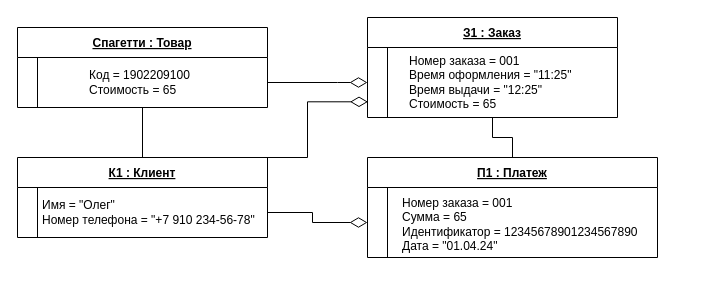
Ksenix-CopLLeRe/preparation keeps this draw.io diagram as Диаграмма без названия.drawio. Above is the earlier version. Source tidied: cells renumbered, new cells numbered last; positions are measured from the earlier drawing's top-left corner, leaving out a move shared by most shapes. Both pictures are drawn from the tidied source at 100%, with x=0, y=0 at pixel (17, 17).
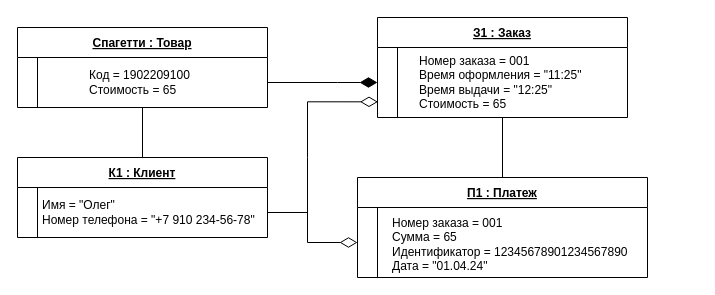
After the change.

The change refers to these unchanged cells:
```xml
<mxCell id="3" value="К1 : Клиент" style="shape=table;startSize=30;childLayout=tableLayout;rowLines=0;fontStyle=5;align=center;" parent="2" vertex="1">
  <mxGeometry width="250" height="80" as="geometry" />
</mxCell>
<mxCell id="10" style="shape=partialRectangle;fillColor=none;points=[[0,0.5],[1,0.5]];portConstraint=eastwest;top=0;left=0;right=0;bottom=0;" parent="9" vertex="1">
  <mxGeometry y="30" width="250" height="70" as="geometry" />
</mxCell>
<mxCell id="16" style="shape=partialRectangle;fillColor=none;points=[[0,0.5],[1,0.5]];portConstraint=eastwest;top=0;left=0;right=0;bottom=0;" parent="15" vertex="1">
  <mxGeometry y="30" width="250" height="50" as="geometry" />
</mxCell>
```

The edit, as a diff of the source:
```diff
@@
     <mxCell id="8" style="group;" parent="1" vertex="1">
-      <mxGeometry x="350" width="250" height="100" as="geometry" />
+      <mxGeometry x="360" width="250" height="100" as="geometry" />
     </mxCell>
@@
     <mxCell id="20" style="group;" parent="1" vertex="1">
-      <mxGeometry x="350" y="140" width="330" height="100" as="geometry" />
+      <mxGeometry x="340" y="160" width="330" height="100" as="geometry" />
     </mxCell>
@@
-    <mxCell id="26" style="edgeStyle=orthogonalEdgeStyle;rounded=0;jettySize=auto;html=1;startArrow=none;startFill=0;endArrow=diamondThin;endFill=0;endSize=15;" parent="1" edge="1" source="16" target="10">
+    <mxCell id="26" style="edgeStyle=orthogonalEdgeStyle;rounded=0;jettySize=auto;html=1;startArrow=none;startFill=0;endArrow=diamondThin;endFill=1;endSize=15;" parent="1" edge="1" source="16" target="10">
       <mxGeometry relative="1" as="geometry">
         <Array as="points">
           <mxPoint x="320" y="65" />
           <mxPoint x="320" y="65" />
         </Array>
       </mxGeometry>
     </mxCell>
@@
-    <mxCell id="30" style="edgeStyle=orthogonalEdgeStyle;rounded=0;jettySize=auto;html=1;entryX=0.002;entryY=0.776;entryDx=0;entryDy=0;entryPerimeter=0;endArrow=diamondThin;endFill=0;endSize=15;exitX=0.92;exitY=0;exitDx=0;exitDy=0;exitPerimeter=0;" parent="1" edge="1" source="3" target="10">
+    <mxCell id="30" style="edgeStyle=orthogonalEdgeStyle;rounded=0;jettySize=auto;html=1;entryX=0.002;entryY=0.776;entryDx=0;entryDy=0;entryPerimeter=0;endArrow=diamondThin;endFill=0;endSize=15;" parent="1" edge="1" target="10">
       <mxGeometry relative="1" as="geometry">
+        <mxPoint x="290" y="200" as="sourcePoint" />
         <Array as="points">
           <mxPoint x="290" y="140" />
           <mxPoint x="290" y="84" />
         </Array>
       </mxGeometry>
     </mxCell>
```
